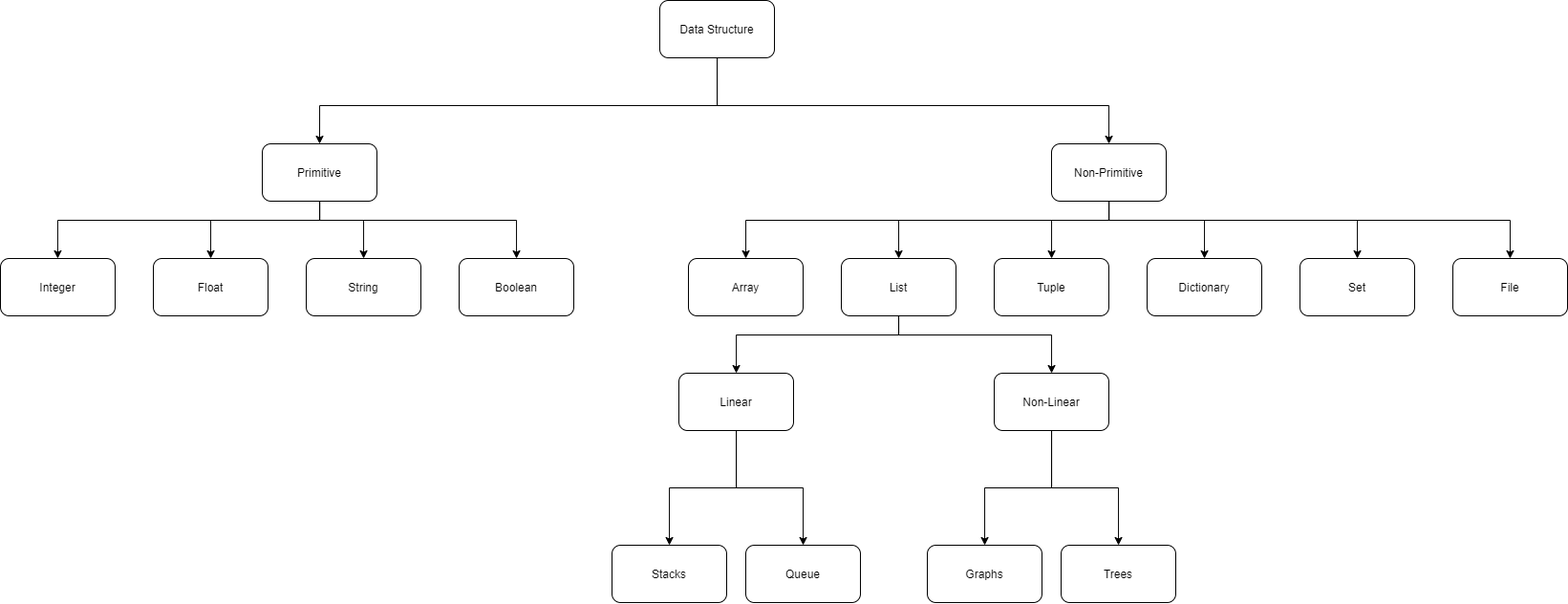
Earlier version of the draw.io export assets/media/datagraph.png (Yonea21/starter-academic). Source tidied: cells renumbered, new cells last; positions are measured from the earlier drawing's top-left corner, leaving out a move shared by most shapes.
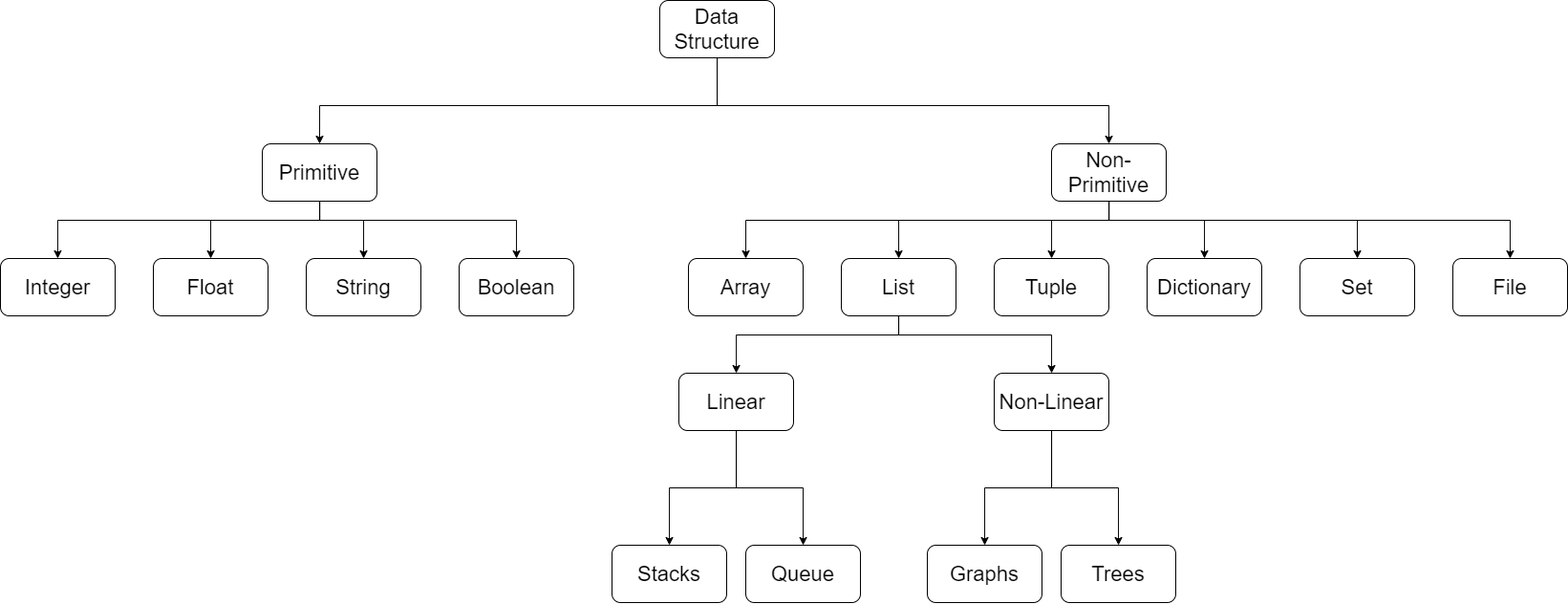
Above is the later version.

What changed in the source:
```diff
@@ -2,7 +2,7 @@
   <root>
     <mxCell id="0" />
     <mxCell id="1" parent="0" />
-    <mxCell id="2" style="edgeStyle=orthogonalEdgeStyle;rounded=0;jettySize=auto;html=1;" parent="1" edge="1" source="3" target="15">
+    <mxCell id="2" style="edgeStyle=orthogonalEdgeStyle;rounded=0;jettySize=auto;html=1;fontSize=22;" parent="1" edge="1" source="3" target="15">
       <mxGeometry relative="1" as="geometry">
         <Array as="points">
           <mxPoint x="750" y="110" />
@@ -10,10 +10,10 @@
         </Array>
       </mxGeometry>
     </mxCell>
-    <mxCell id="3" value="Data Structure" style="rounded=1;whiteSpace=wrap;html=1;" parent="1" vertex="1">
+    <mxCell id="3" value="Data Structure" style="rounded=1;whiteSpace=wrap;html=1;fontSize=22;" parent="1" vertex="1">
       <mxGeometry x="690" width="120" height="60" as="geometry" />
     </mxCell>
-    <mxCell id="4" style="edgeStyle=orthogonalEdgeStyle;rounded=0;jettySize=auto;html=1;" parent="1" edge="1" source="8" target="17">
+    <mxCell id="4" style="edgeStyle=orthogonalEdgeStyle;rounded=0;jettySize=auto;html=1;fontSize=22;" parent="1" edge="1" source="8" target="17">
       <mxGeometry relative="1" as="geometry">
         <Array as="points">
           <mxPoint x="334" y="230" />
@@ -21,7 +21,7 @@
         </Array>
       </mxGeometry>
     </mxCell>
-    <mxCell id="5" style="edgeStyle=orthogonalEdgeStyle;rounded=0;jettySize=auto;html=1;" parent="1" edge="1" source="8" target="18">
+    <mxCell id="5" style="edgeStyle=orthogonalEdgeStyle;rounded=0;jettySize=auto;html=1;fontSize=22;" parent="1" edge="1" source="8" target="18">
       <mxGeometry relative="1" as="geometry">
         <Array as="points">
           <mxPoint x="334" y="230" />
@@ -29,7 +29,7 @@
         </Array>
       </mxGeometry>
     </mxCell>
-    <mxCell id="6" style="edgeStyle=orthogonalEdgeStyle;rounded=0;jettySize=auto;html=1;" parent="1" edge="1" source="8" target="19">
+    <mxCell id="6" style="edgeStyle=orthogonalEdgeStyle;rounded=0;jettySize=auto;html=1;fontSize=22;" parent="1" edge="1" source="8" target="19">
       <mxGeometry relative="1" as="geometry">
         <Array as="points">
           <mxPoint x="334" y="230" />
@@ -37,7 +37,7 @@
         </Array>
       </mxGeometry>
     </mxCell>
-    <mxCell id="7" style="edgeStyle=orthogonalEdgeStyle;rounded=0;jettySize=auto;html=1;" parent="1" edge="1" source="8" target="20">
+    <mxCell id="7" style="edgeStyle=orthogonalEdgeStyle;rounded=0;jettySize=auto;html=1;fontSize=22;" parent="1" edge="1" source="8" target="20">
       <mxGeometry relative="1" as="geometry">
         <Array as="points">
           <mxPoint x="334" y="230" />
@@ -45,10 +45,10 @@
         </Array>
       </mxGeometry>
     </mxCell>
-    <mxCell id="8" value="Primitive" style="rounded=1;whiteSpace=wrap;html=1;" parent="1" vertex="1">
+    <mxCell id="8" value="Primitive" style="rounded=1;whiteSpace=wrap;html=1;fontSize=22;" parent="1" vertex="1">
       <mxGeometry x="274" y="150" width="120" height="60" as="geometry" />
     </mxCell>
-    <mxCell id="9" style="edgeStyle=orthogonalEdgeStyle;rounded=0;jettySize=auto;html=1;" parent="1" edge="1" source="15" target="21">
+    <mxCell id="9" style="edgeStyle=orthogonalEdgeStyle;rounded=0;jettySize=auto;html=1;fontSize=22;" parent="1" edge="1" source="15" target="21">
       <mxGeometry relative="1" as="geometry">
         <Array as="points">
           <mxPoint x="1160" y="230" />
@@ -56,7 +56,7 @@
         </Array>
       </mxGeometry>
     </mxCell>
-    <mxCell id="10" style="edgeStyle=orthogonalEdgeStyle;rounded=0;jettySize=auto;html=1;" parent="1" edge="1" source="15" target="24">
+    <mxCell id="10" style="edgeStyle=orthogonalEdgeStyle;rounded=0;jettySize=auto;html=1;fontSize=22;" parent="1" edge="1" source="15" target="24">
       <mxGeometry relative="1" as="geometry">
         <Array as="points">
           <mxPoint x="1160" y="230" />
@@ -64,7 +64,7 @@
         </Array>
       </mxGeometry>
     </mxCell>
-    <mxCell id="11" style="edgeStyle=orthogonalEdgeStyle;rounded=0;jettySize=auto;html=1;" parent="1" edge="1" source="15" target="25">
+    <mxCell id="11" style="edgeStyle=orthogonalEdgeStyle;rounded=0;jettySize=auto;html=1;fontSize=22;" parent="1" edge="1" source="15" target="25">
       <mxGeometry relative="1" as="geometry">
         <Array as="points">
           <mxPoint x="1160" y="230" />
@@ -72,7 +72,7 @@
         </Array>
       </mxGeometry>
     </mxCell>
-    <mxCell id="12" style="edgeStyle=orthogonalEdgeStyle;rounded=0;jettySize=auto;html=1;" parent="1" edge="1" source="15" target="26">
+    <mxCell id="12" style="edgeStyle=orthogonalEdgeStyle;rounded=0;jettySize=auto;html=1;fontSize=22;" parent="1" edge="1" source="15" target="26">
       <mxGeometry relative="1" as="geometry">
         <Array as="points">
           <mxPoint x="1160" y="230" />
@@ -80,7 +80,7 @@
         </Array>
       </mxGeometry>
     </mxCell>
-    <mxCell id="13" style="edgeStyle=orthogonalEdgeStyle;rounded=0;jettySize=auto;html=1;" parent="1" edge="1" source="15" target="27">
+    <mxCell id="13" style="edgeStyle=orthogonalEdgeStyle;rounded=0;jettySize=auto;html=1;fontSize=22;" parent="1" edge="1" source="15" target="27">
       <mxGeometry relative="1" as="geometry">
         <Array as="points">
           <mxPoint x="1160" y="230" />
@@ -88,7 +88,7 @@
         </Array>
       </mxGeometry>
     </mxCell>
-    <mxCell id="14" style="edgeStyle=orthogonalEdgeStyle;rounded=0;jettySize=auto;html=1;" parent="1" edge="1" source="15" target="28">
+    <mxCell id="14" style="edgeStyle=orthogonalEdgeStyle;rounded=0;jettySize=auto;html=1;fontSize=22;" parent="1" edge="1" source="15" target="28">
       <mxGeometry relative="1" as="geometry">
         <Array as="points">
           <mxPoint x="1160" y="230" />
@@ -96,10 +96,10 @@
         </Array>
       </mxGeometry>
     </mxCell>
-    <mxCell id="15" value="Non-Primitive" style="whiteSpace=wrap;html=1;rounded=1;" parent="1" vertex="1">
+    <mxCell id="15" value="Non-Primitive" style="whiteSpace=wrap;html=1;rounded=1;fontSize=22;" parent="1" vertex="1">
       <mxGeometry x="1100" y="150" width="120" height="60" as="geometry" />
     </mxCell>
-    <mxCell id="16" style="edgeStyle=orthogonalEdgeStyle;rounded=0;jettySize=auto;html=1;entryX=0.5;entryY=0;entryDx=0;entryDy=0;exitX=0.5;exitY=1;exitDx=0;exitDy=0;" parent="1" edge="1" source="3" target="8">
+    <mxCell id="16" style="edgeStyle=orthogonalEdgeStyle;rounded=0;jettySize=auto;html=1;entryX=0.5;entryY=0;entryDx=0;entryDy=0;exitX=0.5;exitY=1;exitDx=0;exitDy=0;fontSize=22;" parent="1" edge="1" source="3" target="8">
       <mxGeometry relative="1" as="geometry">
         <Array as="points">
           <mxPoint x="750" y="110" />
@@ -107,22 +107,22 @@
         </Array>
       </mxGeometry>
     </mxCell>
-    <mxCell id="17" value="Integer" style="whiteSpace=wrap;html=1;rounded=1;" parent="1" vertex="1">
+    <mxCell id="17" value="Integer" style="whiteSpace=wrap;html=1;rounded=1;fontSize=22;" parent="1" vertex="1">
       <mxGeometry y="270" width="120" height="60" as="geometry" />
     </mxCell>
-    <mxCell id="18" value="Float" style="whiteSpace=wrap;html=1;rounded=1;" parent="1" vertex="1">
+    <mxCell id="18" value="Float" style="whiteSpace=wrap;html=1;rounded=1;fontSize=22;" parent="1" vertex="1">
       <mxGeometry x="160" y="270" width="120" height="60" as="geometry" />
     </mxCell>
-    <mxCell id="19" value="Boolean" style="whiteSpace=wrap;html=1;rounded=1;" parent="1" vertex="1">
+    <mxCell id="19" value="Boolean" style="whiteSpace=wrap;html=1;rounded=1;fontSize=22;" parent="1" vertex="1">
       <mxGeometry x="480" y="270" width="120" height="60" as="geometry" />
     </mxCell>
-    <mxCell id="20" value="String" style="whiteSpace=wrap;html=1;rounded=1;" parent="1" vertex="1">
+    <mxCell id="20" value="String" style="whiteSpace=wrap;html=1;rounded=1;fontSize=22;" parent="1" vertex="1">
       <mxGeometry x="320" y="270" width="120" height="60" as="geometry" />
     </mxCell>
-    <mxCell id="21" value="Array" style="whiteSpace=wrap;html=1;rounded=1;" parent="1" vertex="1">
+    <mxCell id="21" value="Array" style="whiteSpace=wrap;html=1;rounded=1;fontSize=22;" parent="1" vertex="1">
       <mxGeometry x="720" y="270" width="120" height="60" as="geometry" />
     </mxCell>
-    <mxCell id="22" style="edgeStyle=orthogonalEdgeStyle;rounded=0;jettySize=auto;html=1;" parent="1" edge="1" source="24" target="31">
+    <mxCell id="22" style="edgeStyle=orthogonalEdgeStyle;rounded=0;jettySize=auto;html=1;fontSize=22;" parent="1" edge="1" source="24" target="31">
       <mxGeometry relative="1" as="geometry">
         <Array as="points">
           <mxPoint x="940" y="350" />
@@ -130,7 +130,7 @@
         </Array>
       </mxGeometry>
     </mxCell>
-    <mxCell id="23" style="edgeStyle=orthogonalEdgeStyle;rounded=0;jettySize=auto;html=1;" parent="1" edge="1" source="24" target="34">
+    <mxCell id="23" style="edgeStyle=orthogonalEdgeStyle;rounded=0;jettySize=auto;html=1;fontSize=22;" parent="1" edge="1" source="24" target="34">
       <mxGeometry relative="1" as="geometry">
         <Array as="points">
           <mxPoint x="940" y="350" />
@@ -138,49 +138,49 @@
         </Array>
       </mxGeometry>
     </mxCell>
-    <mxCell id="24" value="List" style="whiteSpace=wrap;html=1;rounded=1;" parent="1" vertex="1">
+    <mxCell id="24" value="List" style="whiteSpace=wrap;html=1;rounded=1;fontSize=22;" parent="1" vertex="1">
       <mxGeometry x="880" y="270" width="120" height="60" as="geometry" />
     </mxCell>
-    <mxCell id="25" value="File" style="whiteSpace=wrap;html=1;rounded=1;" parent="1" vertex="1">
+    <mxCell id="25" value="File" style="whiteSpace=wrap;html=1;rounded=1;fontSize=22;" parent="1" vertex="1">
       <mxGeometry x="1520" y="270" width="120" height="60" as="geometry" />
     </mxCell>
-    <mxCell id="26" value="Set" style="whiteSpace=wrap;html=1;rounded=1;" parent="1" vertex="1">
+    <mxCell id="26" value="Set" style="whiteSpace=wrap;html=1;rounded=1;fontSize=22;" parent="1" vertex="1">
       <mxGeometry x="1360" y="270" width="120" height="60" as="geometry" />
     </mxCell>
-    <mxCell id="27" value="Dictionary" style="whiteSpace=wrap;html=1;rounded=1;" parent="1" vertex="1">
+    <mxCell id="27" value="Dictionary" style="whiteSpace=wrap;html=1;rounded=1;fontSize=22;" parent="1" vertex="1">
       <mxGeometry x="1200" y="270" width="120" height="60" as="geometry" />
     </mxCell>
-    <mxCell id="28" value="Tuple" style="whiteSpace=wrap;html=1;rounded=1;" parent="1" vertex="1">
+    <mxCell id="28" value="Tuple" style="whiteSpace=wrap;html=1;rounded=1;fontSize=22;" parent="1" vertex="1">
       <mxGeometry x="1040" y="270" width="120" height="60" as="geometry" />
     </mxCell>
-    <mxCell id="29" style="edgeStyle=orthogonalEdgeStyle;rounded=0;jettySize=auto;html=1;" parent="1" edge="1" source="31" target="35">
+    <mxCell id="29" style="edgeStyle=orthogonalEdgeStyle;rounded=0;jettySize=auto;html=1;fontSize=22;" parent="1" edge="1" source="31" target="35">
       <mxGeometry relative="1" as="geometry" />
     </mxCell>
-    <mxCell id="30" style="edgeStyle=orthogonalEdgeStyle;rounded=0;jettySize=auto;html=1;" parent="1" edge="1" source="31" target="36">
+    <mxCell id="30" style="edgeStyle=orthogonalEdgeStyle;rounded=0;jettySize=auto;html=1;fontSize=22;" parent="1" edge="1" source="31" target="36">
       <mxGeometry relative="1" as="geometry" />
     </mxCell>
-    <mxCell id="31" value="Linear" style="whiteSpace=wrap;html=1;rounded=1;" parent="1" vertex="1">
+    <mxCell id="31" value="Linear" style="whiteSpace=wrap;html=1;rounded=1;fontSize=22;" parent="1" vertex="1">
       <mxGeometry x="710" y="390" width="120" height="60" as="geometry" />
     </mxCell>
-    <mxCell id="32" style="edgeStyle=orthogonalEdgeStyle;rounded=0;jettySize=auto;html=1;" parent="1" edge="1" source="34" target="37">
+    <mxCell id="32" style="edgeStyle=orthogonalEdgeStyle;rounded=0;jettySize=auto;html=1;fontSize=22;" parent="1" edge="1" source="34" target="37">
       <mxGeometry relative="1" as="geometry" />
     </mxCell>
-    <mxCell id="33" style="edgeStyle=orthogonalEdgeStyle;rounded=0;jettySize=auto;html=1;" parent="1" edge="1" source="34" target="38">
+    <mxCell id="33" style="edgeStyle=orthogonalEdgeStyle;rounded=0;jettySize=auto;html=1;fontSize=22;" parent="1" edge="1" source="34" target="38">
       <mxGeometry relative="1" as="geometry" />
     </mxCell>
-    <mxCell id="34" value="Non-Linear" style="whiteSpace=wrap;html=1;rounded=1;" parent="1" vertex="1">
+    <mxCell id="34" value="Non-Linear" style="whiteSpace=wrap;html=1;rounded=1;fontSize=22;" parent="1" vertex="1">
       <mxGeometry x="1040" y="390" width="120" height="60" as="geometry" />
     </mxCell>
-    <mxCell id="35" value="Stacks" style="whiteSpace=wrap;html=1;rounded=1;" parent="1" vertex="1">
+    <mxCell id="35" value="Stacks" style="whiteSpace=wrap;html=1;rounded=1;fontSize=22;" parent="1" vertex="1">
       <mxGeometry x="640" y="570" width="120" height="60" as="geometry" />
     </mxCell>
-    <mxCell id="36" value="Queue" style="whiteSpace=wrap;html=1;rounded=1;" parent="1" vertex="1">
+    <mxCell id="36" value="Queue" style="whiteSpace=wrap;html=1;rounded=1;fontSize=22;" parent="1" vertex="1">
       <mxGeometry x="780" y="570" width="120" height="60" as="geometry" />
     </mxCell>
-    <mxCell id="37" value="Graphs" style="whiteSpace=wrap;html=1;rounded=1;" parent="1" vertex="1">
+    <mxCell id="37" value="Graphs" style="whiteSpace=wrap;html=1;rounded=1;fontSize=22;" parent="1" vertex="1">
       <mxGeometry x="970" y="570" width="120" height="60" as="geometry" />
     </mxCell>
-    <mxCell id="38" value="Trees" style="whiteSpace=wrap;html=1;rounded=1;" parent="1" vertex="1">
+    <mxCell id="38" value="Trees" style="whiteSpace=wrap;html=1;rounded=1;fontSize=22;" parent="1" vertex="1">
       <mxGeometry x="1110" y="570" width="120" height="60" as="geometry" />
     </mxCell>
   </root>
```
